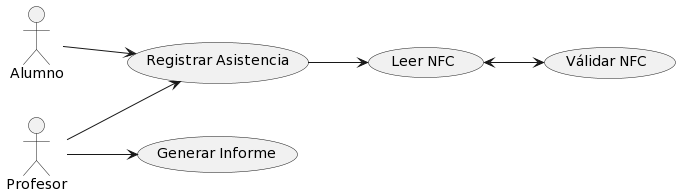
Earlier version of the PlantUML export Diseño/06_design/Diagrama_de_Casos_de_Uso/DCU-002_Alumno.png (AngelGabriel02/Proyecto-Sistemas). Its diagram source:
```plantuml
@startuml
left to right direction

actor Profesor as prof
actor Alumno as alm

usecase "Registrar Asistencia" as CU010
usecase "Generar Informe" as CU011
usecase "Válidar NFC" as CU012
usecase "Leer NFC" as CU013

CU013 <--> CU012
CU010 --> CU013

alm --> CU010
prof --> CU010
prof --> CU011
@enduml
```
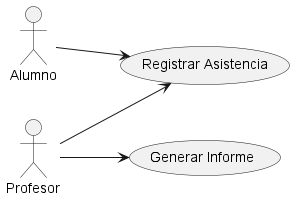
Later version of the same file.

Commit message:
FCA SA: Caso de Uso

Diff of the diagram source:
```diff
@@ -1,4 +1,4 @@
-@startuml
+@startuml Diagrama de Caso de Uso Alumno
 left to right direction
 
 actor Profesor as prof
@@ -6,13 +6,9 @@
 
 usecase "Registrar Asistencia" as CU010
 usecase "Generar Informe" as CU011
-usecase "Válidar NFC" as CU012
-usecase "Leer NFC" as CU013
-
-CU013 <--> CU012
-CU010 --> CU013
 
 alm --> CU010
 prof --> CU010
 prof --> CU011
+
 @enduml
```
